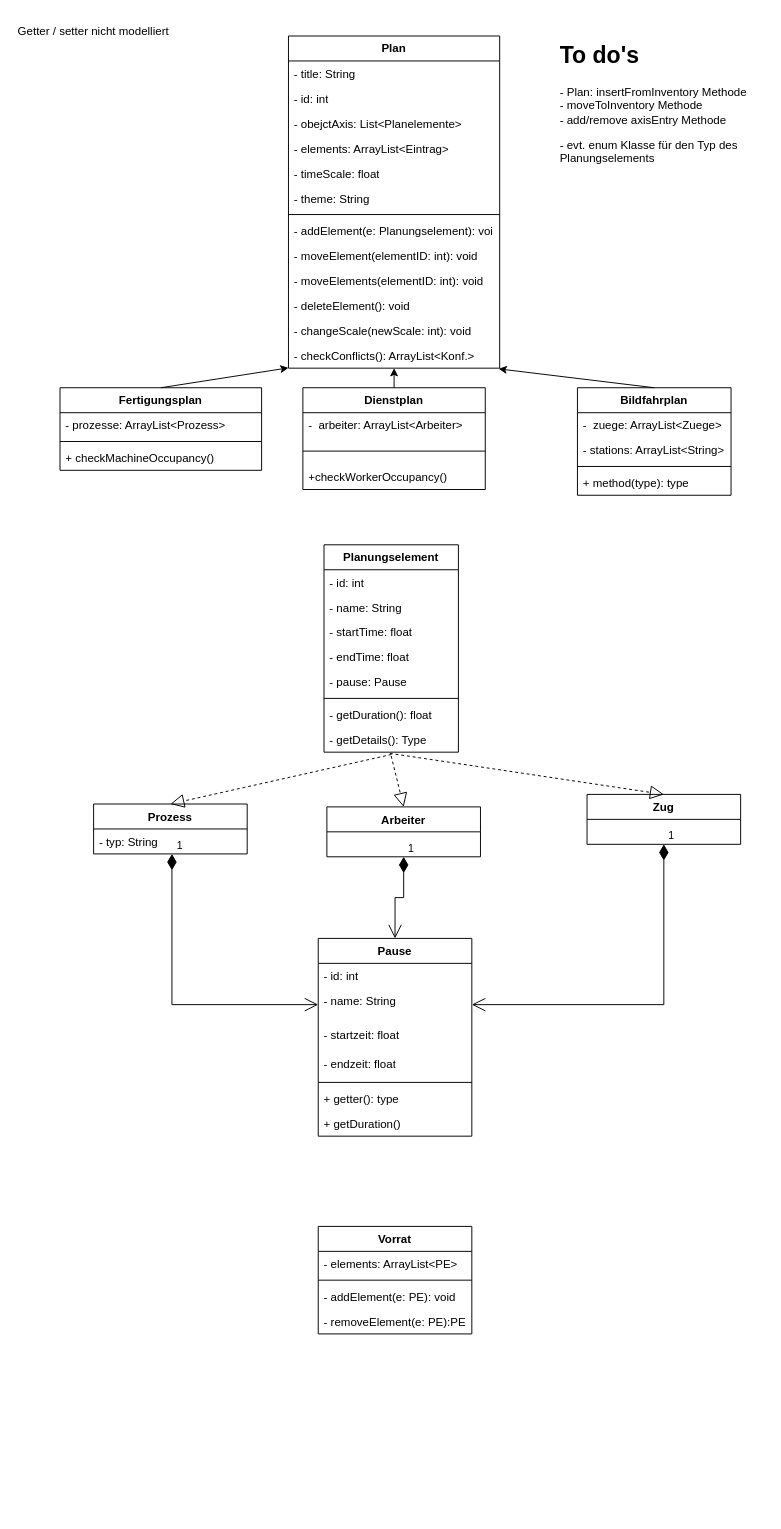
The draw.io diagram Klassendiagramm.drawio in Jakoobly/Softwareentwicklungsprojekt, before the edit. Source tidied: cells renumbered, new cells numbered last; positions are measured from the earlier drawing's top-left corner, leaving out a move shared by most shapes. Both pictures are drawn from the tidied source at 96%, with x=0, y=0 at pixel (16, 16).
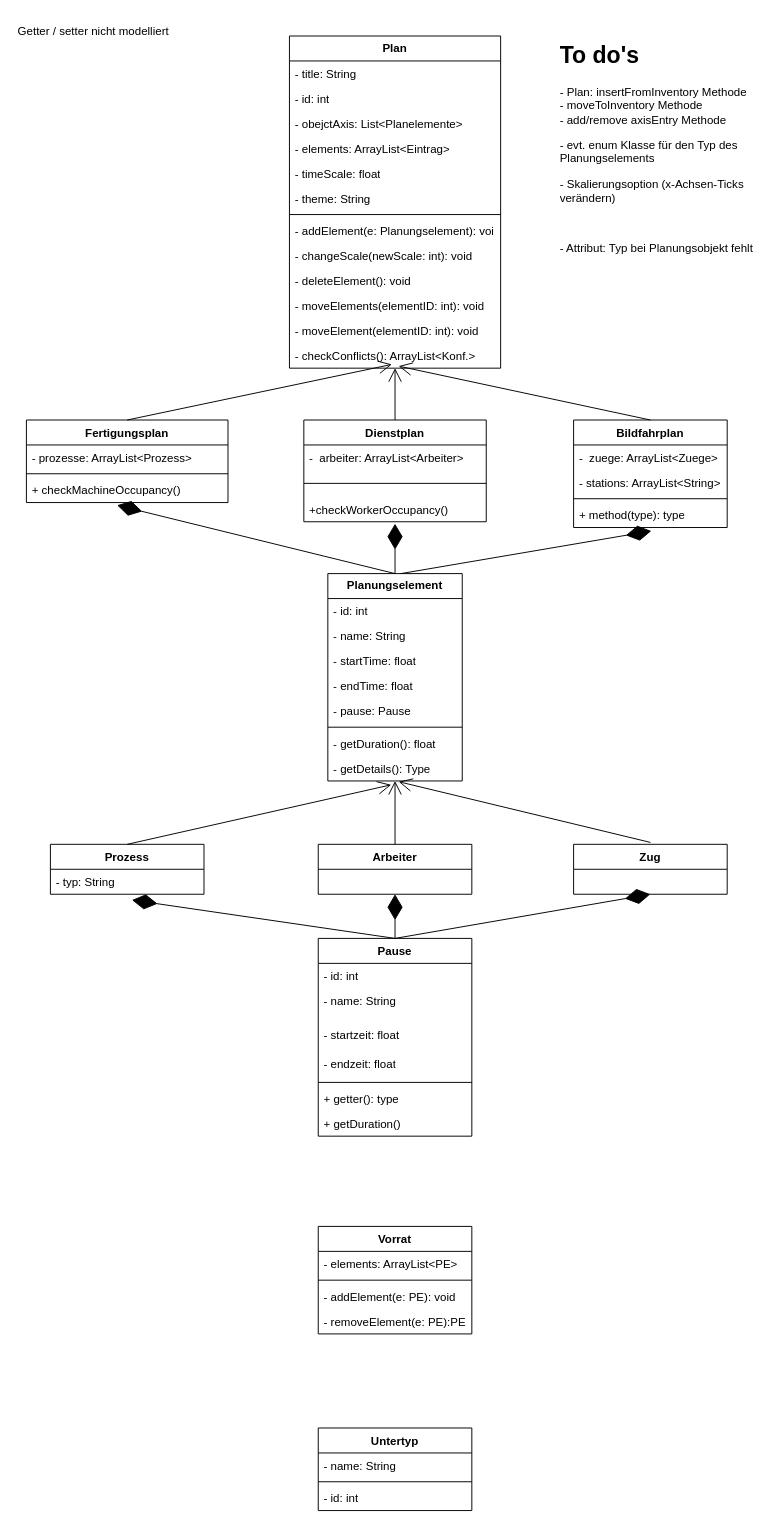
After the change.

Unchanged cells that the change refers to:
```xml
<mxCell id="15" value="- checkConflicts(): ArrayList&amp;lt;Konf.&amp;gt;" style="text;strokeColor=none;fillColor=none;align=left;verticalAlign=top;spacingLeft=4;spacingRight=4;overflow=hidden;points=[[0,0.5],[1,0.5]];portConstraint=eastwest;whiteSpace=wrap;html=1;" parent="2" vertex="1">
  <mxGeometry y="320" width="220" height="26" as="geometry" />
</mxCell>
<mxCell id="20" value="+ method(type): type" style="text;strokeColor=none;fillColor=none;align=left;verticalAlign=top;spacingLeft=4;spacingRight=4;overflow=hidden;points=[[0,0.5],[1,0.5]];portConstraint=eastwest;whiteSpace=wrap;html=1;" parent="16" vertex="1">
  <mxGeometry y="86" width="160" height="26" as="geometry" />
</mxCell>
<mxCell id="28" value="+ checkMachineOccupancy()" style="text;strokeColor=none;fillColor=none;align=left;verticalAlign=top;spacingLeft=4;spacingRight=4;overflow=hidden;points=[[0,0.5],[1,0.5]];portConstraint=eastwest;whiteSpace=wrap;html=1;" parent="25" vertex="1">
  <mxGeometry y="60" width="210" height="26" as="geometry" />
</mxCell>
<mxCell id="33" value="- typ: String" style="text;strokeColor=none;fillColor=none;align=left;verticalAlign=top;spacingLeft=4;spacingRight=4;overflow=hidden;points=[[0,0.5],[1,0.5]];portConstraint=eastwest;whiteSpace=wrap;html=1;" parent="32" vertex="1">
  <mxGeometry y="26" width="160" height="26" as="geometry" />
</mxCell>
<mxCell id="36" value="Pause" style="swimlane;fontStyle=1;align=center;verticalAlign=top;horizontal=1;startSize=26;whiteSpace=wrap;html=1;" parent="1" vertex="1">
  <mxGeometry x="314" y="960" width="160" height="206" as="geometry" />
</mxCell>
<mxCell id="38" value="- name: String" style="text;strokeColor=none;fillColor=none;align=left;verticalAlign=top;spacingLeft=4;spacingRight=4;overflow=hidden;points=[[0,0.5],[1,0.5]];portConstraint=eastwest;whiteSpace=wrap;html=1;" parent="36" vertex="1">
  <mxGeometry y="52" width="160" height="34" as="geometry" />
</mxCell>
<mxCell id="52" value="- getDetails(): Type" style="text;strokeColor=none;fillColor=none;align=left;verticalAlign=top;spacingLeft=4;spacingRight=4;overflow=hidden;points=[[0,0.5],[1,0.5]];portConstraint=eastwest;whiteSpace=wrap;html=1;" parent="44" vertex="1">
  <mxGeometry y="190" width="140" height="26" as="geometry" />
</mxCell>
```

Diff of the diagram source:
```diff
@@
     <mxCell id="2" value="&lt;b&gt;Plan&lt;/b&gt;" style="swimlane;fontStyle=0;horizontal=1;startSize=26;fillColor=none;whiteSpace=wrap;html=1;" parent="1" vertex="1">
-      <mxGeometry x="283" y="20" width="220" height="346" as="geometry" />
+      <mxGeometry x="284" y="20" width="220" height="346" as="geometry" />
     </mxCell>
@@
+    <mxCell id="14" value="- changeScale(newScale: int): void" style="text;strokeColor=none;fillColor=none;align=left;verticalAlign=top;spacingLeft=4;spacingRight=4;overflow=hidden;whiteSpace=wrap;html=1;" parent="2" vertex="1">
+      <mxGeometry y="216" width="220" height="26" as="geometry" />
+    </mxCell>
+    <mxCell id="13" value="- deleteElement(): void" style="text;strokeColor=none;fillColor=none;align=left;verticalAlign=top;spacingLeft=4;spacingRight=4;overflow=hidden;whiteSpace=wrap;html=1;" parent="2" vertex="1">
+      <mxGeometry y="242" width="220" height="26" as="geometry" />
+    </mxCell>
+    <mxCell id="12" value="- moveElements(elementID: int): void" style="text;strokeColor=none;fillColor=none;align=left;verticalAlign=top;spacingLeft=4;spacingRight=4;overflow=hidden;whiteSpace=wrap;html=1;" parent="2" vertex="1">
+      <mxGeometry y="268" width="220" height="26" as="geometry" />
+    </mxCell>
     <mxCell id="11" value="- moveElement(elementID: int): void" style="text;strokeColor=none;fillColor=none;align=left;verticalAlign=top;spacingLeft=4;spacingRight=4;overflow=hidden;whiteSpace=wrap;html=1;" parent="2" vertex="1">
-      <mxGeometry y="216" width="220" height="26" as="geometry" />
+      <mxGeometry y="294" width="220" height="26" as="geometry" />
     </mxCell>
-    <mxCell id="12" value="- moveElements(elementID: int): void" style="text;strokeColor=none;fillColor=none;align=left;verticalAlign=top;spacingLeft=4;spacingRight=4;overflow=hidden;whiteSpace=wrap;html=1;" parent="2" vertex="1">
-      <mxGeometry y="242" width="220" height="26" as="geometry" />
-    </mxCell>
-    <mxCell id="13" value="- deleteElement(): void" style="text;strokeColor=none;fillColor=none;align=left;verticalAlign=top;spacingLeft=4;spacingRight=4;overflow=hidden;whiteSpace=wrap;html=1;" parent="2" vertex="1">
-      <mxGeometry y="268" width="220" height="26" as="geometry" />
-    </mxCell>
-    <mxCell id="14" value="- changeScale(newScale: int): void" style="text;strokeColor=none;fillColor=none;align=left;verticalAlign=top;spacingLeft=4;spacingRight=4;overflow=hidden;whiteSpace=wrap;html=1;" parent="2" vertex="1">
-      <mxGeometry y="294" width="220" height="26" as="geometry" />
-    </mxCell>
@@
     <mxCell id="16" value="Bildfahrplan" style="swimlane;fontStyle=1;align=center;verticalAlign=top;horizontal=1;startSize=26;whiteSpace=wrap;html=1;" parent="1" vertex="1">
-      <mxGeometry x="584" y="386.4" width="160" height="112" as="geometry" />
+      <mxGeometry x="580" y="420" width="160" height="112" as="geometry" />
     </mxCell>
@@
     <mxCell id="21" value="Dienstplan" style="swimlane;fontStyle=1;align=center;verticalAlign=top;horizontal=1;startSize=26;whiteSpace=wrap;html=1;" parent="1" vertex="1">
-      <mxGeometry x="298" y="386.4" width="190" height="106" as="geometry" />
+      <mxGeometry x="299" y="420" width="190" height="106" as="geometry" />
     </mxCell>
@@
     <mxCell id="25" value="Fertigungsplan" style="swimlane;fontStyle=1;align=center;verticalAlign=top;horizontal=1;startSize=26;whiteSpace=wrap;html=1;" parent="1" vertex="1">
-      <mxGeometry x="45" y="386.4" width="210" height="86" as="geometry" />
+      <mxGeometry x="10" y="420" width="210" height="86" as="geometry" />
     </mxCell>
@@
-    <mxCell id="29" style="endArrow=classic;html=1;rounded=0;exitX=0.5;exitY=0;exitDx=0;exitDy=0;entryX=0;entryY=0.988;entryDx=0;entryDy=0;entryPerimeter=0;" parent="1" edge="1" source="25" target="15">
-      <mxGeometry relative="1" as="geometry" />
-    </mxCell>
-    <mxCell id="30" style="endArrow=classic;html=1;rounded=0;exitX=0.5;exitY=0;exitDx=0;exitDy=0;" parent="1" edge="1" source="21" target="15">
-      <mxGeometry relative="1" as="geometry" />
-    </mxCell>
-    <mxCell id="31" style="endArrow=classic;html=1;rounded=0;exitX=0.5;exitY=0;exitDx=0;exitDy=0;entryX=0.995;entryY=1.028;entryDx=0;entryDy=0;entryPerimeter=0;" parent="1" edge="1" source="16" target="15">
-      <mxGeometry relative="1" as="geometry" />
-    </mxCell>
     <mxCell id="32" value="Prozess" style="swimlane;fontStyle=1;align=center;verticalAlign=top;horizontal=1;startSize=26;whiteSpace=wrap;html=1;" parent="1" vertex="1">
-      <mxGeometry x="80" y="820" width="160" height="52" as="geometry" />
+      <mxGeometry x="35" y="862" width="160" height="52" as="geometry" />
     </mxCell>
@@
     <mxCell id="34" value="Zug" style="swimlane;fontStyle=1;align=center;verticalAlign=top;horizontal=1;startSize=26;whiteSpace=wrap;html=1;" parent="1" vertex="1">
-      <mxGeometry x="594" y="810" width="160" height="52" as="geometry" />
+      <mxGeometry x="580" y="862" width="160" height="52" as="geometry" />
     </mxCell>
     <mxCell id="35" value="Arbeiter" style="swimlane;fontStyle=1;align=center;verticalAlign=top;horizontal=1;startSize=26;whiteSpace=wrap;html=1;" parent="1" vertex="1">
-      <mxGeometry x="323" y="823" width="160" height="52" as="geometry" />
+      <mxGeometry x="314" y="862" width="160" height="52" as="geometry" />
     </mxCell>
@@
     <mxCell id="44" value="&lt;b&gt;Planungselement&lt;/b&gt;" style="swimlane;fontStyle=0;horizontal=1;startSize=26;fillColor=none;whiteSpace=wrap;html=1;" parent="1" vertex="1">
-      <mxGeometry x="320" y="550" width="140" height="216" as="geometry" />
+      <mxGeometry x="324" y="580" width="140" height="216" as="geometry" />
     </mxCell>
@@
-    <mxCell id="58" style="endArrow=block;dashed=1;endFill=0;endSize=12;html=1;rounded=0;exitX=0.502;exitY=1.093;exitDx=0;exitDy=0;exitPerimeter=0;entryX=0.5;entryY=0;entryDx=0;entryDy=0;" parent="1" edge="1" source="52" target="32">
-      <mxGeometry relative="1" as="geometry" />
-    </mxCell>
-    <mxCell id="59" style="endArrow=block;dashed=1;endFill=0;endSize=12;html=1;rounded=0;entryX=0.5;entryY=0;entryDx=0;entryDy=0;" parent="1" edge="1" target="35">
-      <mxGeometry relative="1" as="geometry">
-        <mxPoint x="390" y="770" as="sourcePoint" />
-      </mxGeometry>
-    </mxCell>
-    <mxCell id="60" style="endArrow=block;dashed=1;endFill=0;endSize=12;html=1;rounded=0;entryX=0.5;entryY=0;entryDx=0;entryDy=0;exitX=0.49;exitY=1.047;exitDx=0;exitDy=0;exitPerimeter=0;" parent="1" edge="1" source="52" target="34">
-      <mxGeometry relative="1" as="geometry" />
-    </mxCell>
-    <mxCell id="61" value="1" style="endArrow=open;html=1;endSize=12;startArrow=diamondThin;startSize=14;startFill=1;edgeStyle=orthogonalEdgeStyle;align=left;verticalAlign=bottom;rounded=0;exitX=0.5;exitY=1;exitDx=0;exitDy=0;entryX=1;entryY=0.5;entryDx=0;entryDy=0;" parent="1" edge="1" source="34" target="38">
-      <mxGeometry x="-1" y="3" relative="1" as="geometry" />
-    </mxCell>
-    <mxCell id="62" value="1" style="endArrow=open;html=1;endSize=12;startArrow=diamondThin;startSize=14;startFill=1;edgeStyle=orthogonalEdgeStyle;align=left;verticalAlign=bottom;rounded=0;exitX=0.51;exitY=1.002;exitDx=0;exitDy=0;entryX=0;entryY=0.5;entryDx=0;entryDy=0;exitPerimeter=0;" parent="1" edge="1" source="33" target="38">
-      <mxGeometry x="-1" y="3" relative="1" as="geometry" />
-    </mxCell>
-    <mxCell id="63" value="1" style="endArrow=open;html=1;endSize=12;startArrow=diamondThin;startSize=14;startFill=1;edgeStyle=orthogonalEdgeStyle;align=left;verticalAlign=bottom;rounded=0;exitX=0.5;exitY=1;exitDx=0;exitDy=0;entryX=0.5;entryY=0;entryDx=0;entryDy=0;" parent="1" edge="1" source="35" target="36">
-      <mxGeometry x="-1" y="3" relative="1" as="geometry" />
-    </mxCell>
@@
-    <mxCell id="65" value="&lt;h1 style=&quot;margin-top: 0px;&quot;&gt;To do's&amp;nbsp;&lt;/h1&gt;&lt;p&gt;- Plan: insertFromInventory Methode&lt;br&gt;- moveToInventory Methode&lt;br&gt;- add/remove axisEntry Methode&lt;/p&gt;&lt;p&gt;- evt. enum Klasse für den Typ des Planungselements&amp;nbsp;&lt;/p&gt;" style="text;html=1;whiteSpace=wrap;overflow=hidden;rounded=0;" parent="1" vertex="1">
-      <mxGeometry x="564" y="20" width="216" height="180" as="geometry" />
+    <mxCell id="65" value="&lt;h1 style=&quot;margin-top: 0px;&quot;&gt;To do's&amp;nbsp;&lt;/h1&gt;&lt;p&gt;- Plan: insertFromInventory Methode&lt;br&gt;- moveToInventory Methode&lt;br&gt;- add/remove axisEntry Methode&lt;/p&gt;&lt;p&gt;- evt. enum Klasse für den Typ des Planungselements&amp;nbsp;&lt;/p&gt;&lt;p&gt;- Skalierungsoption (x-Achsen-Ticks verändern)&lt;/p&gt;&lt;p&gt;&lt;br&gt;&lt;/p&gt;&lt;p&gt;- Attribut: Typ bei Planungsobjekt fehlt&lt;/p&gt;" style="text;html=1;whiteSpace=wrap;overflow=hidden;rounded=0;" parent="1" vertex="1">
+      <mxGeometry x="564" y="20" width="216" height="260" as="geometry" />
     </mxCell>
+    <mxCell id="29" style="endArrow=open;endFill=1;endSize=12;html=1;rounded=0;exitX=0.5;exitY=0;exitDx=0;exitDy=0;entryX=0.485;entryY=0.85;entryDx=0;entryDy=0;entryPerimeter=0;" parent="1" edge="1" source="25" target="15">
+      <mxGeometry relative="1" as="geometry" />
+    </mxCell>
+    <mxCell id="30" style="endArrow=open;endFill=1;endSize=12;html=1;rounded=0;exitX=0.5;exitY=0;exitDx=0;exitDy=0;" parent="1" edge="1" source="21" target="15">
+      <mxGeometry relative="1" as="geometry" />
+    </mxCell>
+    <mxCell id="31" style="endArrow=open;endFill=1;endSize=12;html=1;rounded=0;exitX=0.5;exitY=0;exitDx=0;exitDy=0;entryX=0.517;entryY=0.919;entryDx=0;entryDy=0;entryPerimeter=0;" parent="1" edge="1" source="16" target="15">
+      <mxGeometry relative="1" as="geometry" />
+    </mxCell>
+    <mxCell id="66" style="endArrow=open;endFill=1;endSize=12;html=1;rounded=0;exitX=0.5;exitY=0;exitDx=0;exitDy=0;" parent="1" edge="1" source="35" target="52">
+      <mxGeometry relative="1" as="geometry" />
+    </mxCell>
+    <mxCell id="67" style="endArrow=open;endFill=1;endSize=12;html=1;rounded=0;entryX=0.527;entryY=1.03;entryDx=0;entryDy=0;entryPerimeter=0;" parent="1" edge="1" target="52">
+      <mxGeometry relative="1" as="geometry">
+        <mxPoint x="660" y="860" as="sourcePoint" />
+      </mxGeometry>
+    </mxCell>
+    <mxCell id="68" style="endArrow=open;endFill=1;endSize=12;html=1;rounded=0;exitX=0.5;exitY=0;exitDx=0;exitDy=0;" parent="1" edge="1" source="32">
+      <mxGeometry relative="1" as="geometry">
+        <mxPoint x="390" y="800" as="targetPoint" />
+      </mxGeometry>
+    </mxCell>
+    <mxCell id="69" style="endArrow=diamondThin;endFill=1;endSize=24;html=1;rounded=0;entryX=0.531;entryY=1.231;entryDx=0;entryDy=0;entryPerimeter=0;exitX=0.5;exitY=0;exitDx=0;exitDy=0;" parent="1" edge="1" source="36" target="33">
+      <mxGeometry relative="1" as="geometry" />
+    </mxCell>
+    <mxCell id="70" style="endArrow=diamondThin;endFill=1;endSize=24;html=1;rounded=0;entryX=0.5;entryY=1;entryDx=0;entryDy=0;exitX=0.5;exitY=0;exitDx=0;exitDy=0;" parent="1" edge="1" source="36" target="34">
+      <mxGeometry relative="1" as="geometry" />
+    </mxCell>
+    <mxCell id="71" style="endArrow=diamondThin;endFill=1;endSize=24;html=1;rounded=0;entryX=0.5;entryY=1;entryDx=0;entryDy=0;exitX=0.5;exitY=0;exitDx=0;exitDy=0;" parent="1" edge="1" source="36" target="35">
+      <mxGeometry relative="1" as="geometry" />
+    </mxCell>
+    <mxCell id="72" style="endArrow=diamondThin;endFill=1;endSize=24;html=1;rounded=0;entryX=0.45;entryY=1.107;entryDx=0;entryDy=0;entryPerimeter=0;exitX=0.5;exitY=0;exitDx=0;exitDy=0;" parent="1" edge="1" source="44" target="28">
+      <mxGeometry relative="1" as="geometry" />
+    </mxCell>
+    <mxCell id="73" style="endArrow=diamondThin;endFill=1;endSize=24;html=1;rounded=0;exitX=0.5;exitY=0;exitDx=0;exitDy=0;" parent="1" edge="1" source="44">
+      <mxGeometry relative="1" as="geometry">
+        <mxPoint x="394" y="528" as="targetPoint" />
+      </mxGeometry>
+    </mxCell>
+    <mxCell id="74" style="endArrow=diamondThin;endFill=1;endSize=24;html=1;rounded=0;entryX=0.506;entryY=1.139;entryDx=0;entryDy=0;entryPerimeter=0;" parent="1" edge="1" target="20">
+      <mxGeometry relative="1" as="geometry">
+        <mxPoint x="400" y="580" as="sourcePoint" />
+      </mxGeometry>
+    </mxCell>
+    <mxCell id="75" value="Untertyp" style="swimlane;fontStyle=1;align=center;verticalAlign=top;horizontal=1;startSize=26;whiteSpace=wrap;html=1;" parent="1" vertex="1">
+      <mxGeometry x="314" y="1470" width="160" height="86" as="geometry" />
+    </mxCell>
+    <mxCell id="76" value="- name: String" style="text;strokeColor=none;fillColor=none;align=left;verticalAlign=top;spacingLeft=4;spacingRight=4;overflow=hidden;whiteSpace=wrap;html=1;" parent="75" vertex="1">
+      <mxGeometry y="26" width="160" height="26" as="geometry" />
+    </mxCell>
+    <mxCell id="77" style="line;strokeWidth=1;fillColor=none;align=left;verticalAlign=middle;spacingTop=-1;spacingLeft=3;spacingRight=3;labelPosition=right;strokeColor=inherit;" parent="75" vertex="1">
+      <mxGeometry y="52" width="160" height="8" as="geometry" />
+    </mxCell>
+    <mxCell id="78" value="- id: int" style="text;strokeColor=none;fillColor=none;align=left;verticalAlign=top;spacingLeft=4;spacingRight=4;overflow=hidden;whiteSpace=wrap;html=1;" parent="75" vertex="1">
+      <mxGeometry y="60" width="160" height="26" as="geometry" />
+    </mxCell>
```
